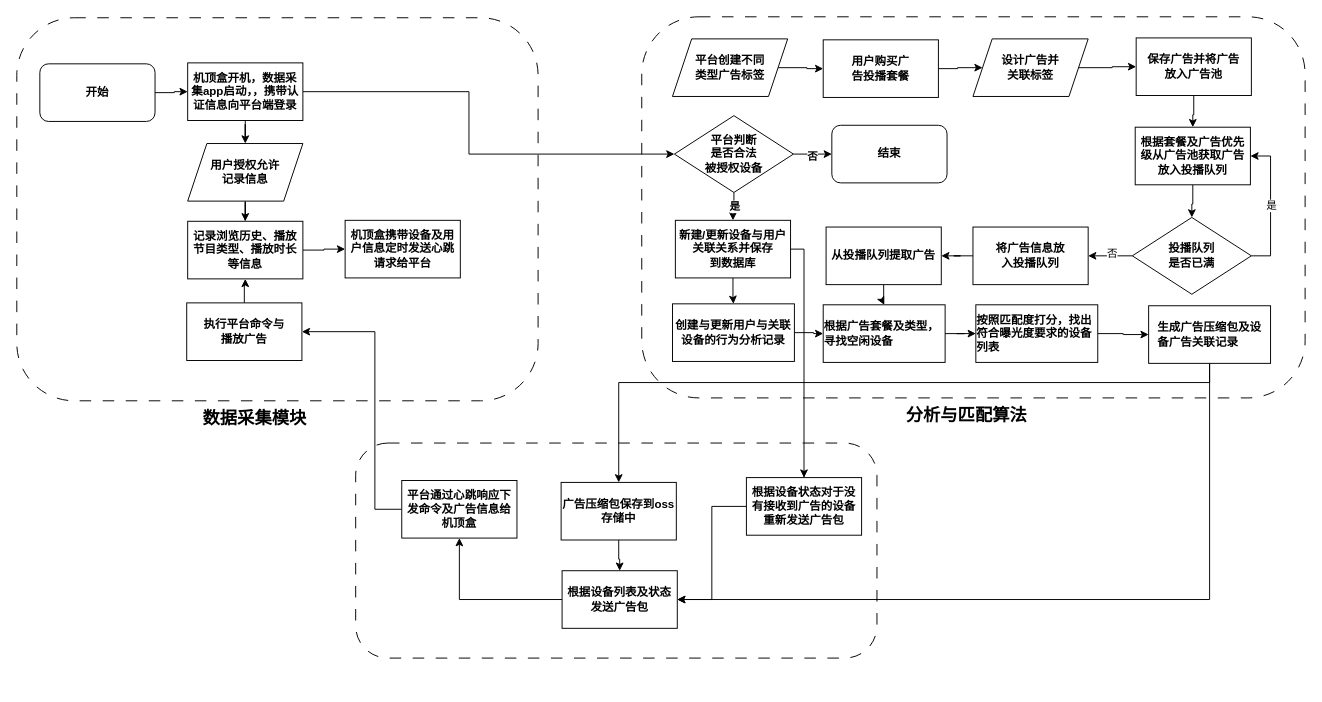
The draw.io diagram 专利-机顶盒广告智能投播-流程图.drawio in sjxbg/xmindfile, before the edit. Source tidied: cells renumbered, new cells numbered last; positions are measured from the earlier drawing's top-left corner, leaving out a move shared by most shapes. Both pictures are drawn from the tidied source at 96%, with x=0, y=0 at pixel (16, 16).
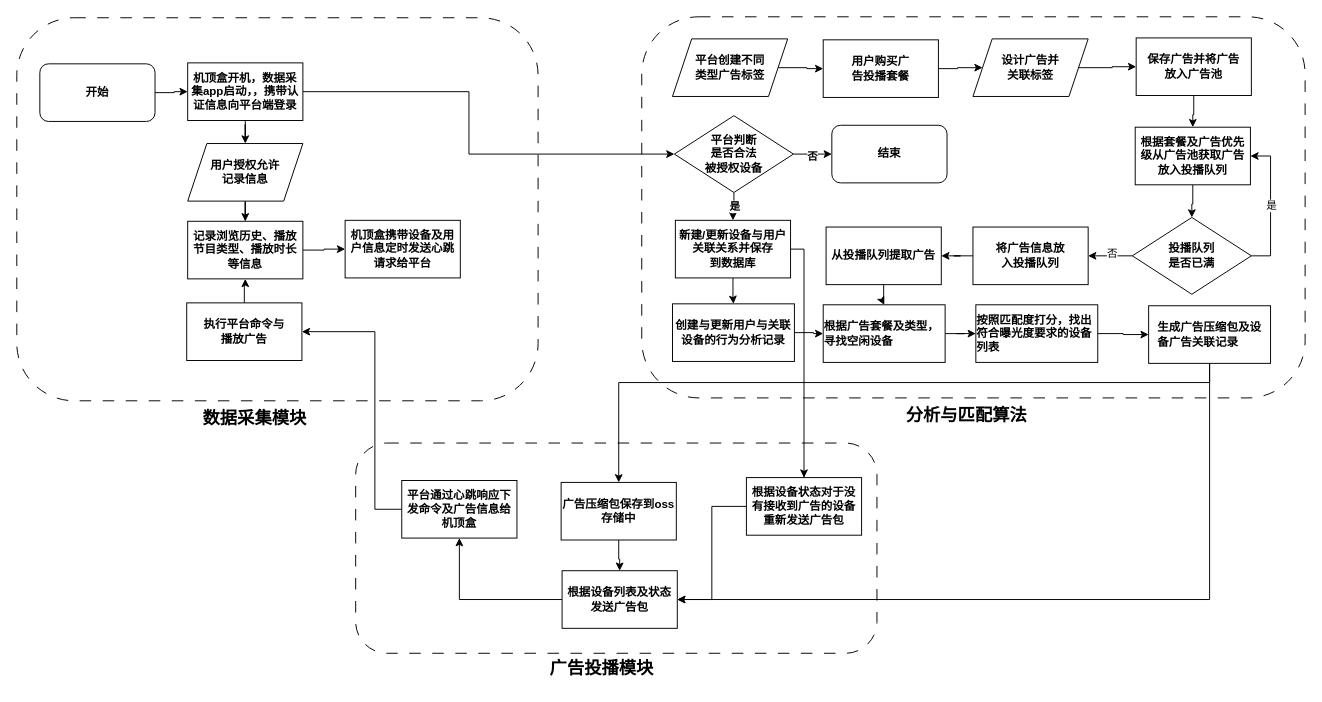
Above is the later version.

Commit message (it also covers changes not shown here):
更新专利-机顶盒广告智能投播-流程图.drawio

Change to the diagram source:
```diff
@@
     <mxCell id="3" style="rounded=1;whiteSpace=wrap;html=1;fillColor=none;dashed=1;dashPattern=12 12;" parent="1" vertex="1">
-      <mxGeometry x="353" y="444" width="543" height="224" as="geometry" />
+      <mxGeometry x="353" y="444" width="543" height="219" as="geometry" />
     </mxCell>
@@
+    <mxCell id="68" value="&lt;b&gt;&lt;font style=&quot;font-size: 18px;&quot;&gt;广告投播模块&lt;/font&gt;&lt;/b&gt;" style="text;strokeColor=none;align=center;fillColor=none;html=1;verticalAlign=middle;whiteSpace=wrap;rounded=0;" parent="1" vertex="1">
+      <mxGeometry x="538" y="662" width="143" height="34" as="geometry" />
+    </mxCell>
```
